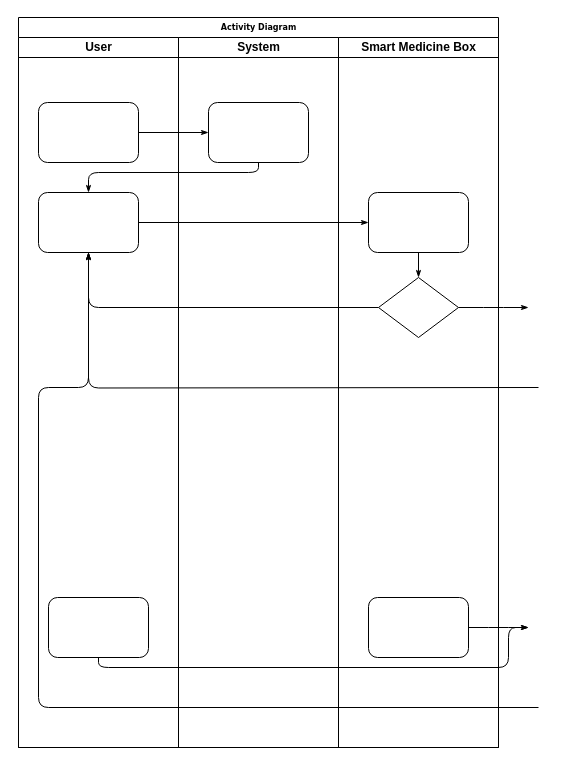
Earlier version of the draw.io diagram Untitled Diagram.drawio (RaihanNh/SISMIK-2023). Source tidied: cells renumbered, new cells numbered last; positions are measured from the earlier drawing's top-left corner, leaving out a move shared by most shapes. Both pictures are drawn from the tidied source at 100%, with x=0, y=0 at pixel (18, 17).
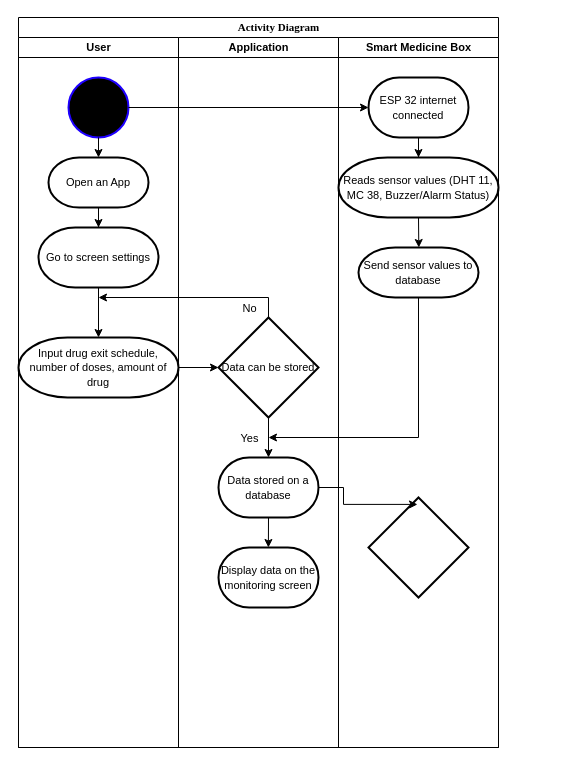
The same page after the edit.

What changed in the source:
```diff
@@
-    <mxCell id="2" value="Activity Diagram" style="swimlane;html=1;startSize=20;rounded=0;shadow=0;labelBackgroundColor=none;strokeWidth=1;fontFamily=Verdana;fontSize=8;align=center;" parent="1" vertex="1">
+    <mxCell id="2" value="&lt;blockquote style=&quot;margin: 0 0 0 40px; border: none; padding: 0px;&quot;&gt;&lt;font style=&quot;font-size: 11px;&quot; face=&quot;times&quot;&gt;Activity Diagram&lt;/font&gt;&lt;/blockquote&gt;" style="swimlane;html=1;startSize=20;rounded=0;shadow=0;labelBackgroundColor=none;strokeWidth=1;fontFamily=Verdana;fontSize=8;align=center;" parent="1" vertex="1">
       <mxGeometry width="480" height="730" as="geometry" />
     </mxCell>
-    <mxCell id="3" value="User" style="swimlane;html=1;startSize=20;" parent="2" vertex="1">
+    <mxCell id="3" value="&lt;font style=&quot;font-size: 11px;&quot;&gt;User&lt;/font&gt;" style="swimlane;html=1;startSize=20;" parent="2" vertex="1">
       <mxGeometry y="20" width="160" height="710" as="geometry" />
     </mxCell>
-    <mxCell id="4" style="rounded=1;whiteSpace=wrap;html=1;shadow=0;labelBackgroundColor=none;strokeWidth=1;fontFamily=Verdana;fontSize=8;align=center;" parent="3" vertex="1">
-      <mxGeometry x="20" y="65" width="100" height="60" as="geometry" />
-    </mxCell>
-    <mxCell id="5" style="rounded=1;whiteSpace=wrap;html=1;shadow=0;labelBackgroundColor=none;strokeWidth=1;fontFamily=Verdana;fontSize=8;align=center;" parent="3" vertex="1">
-      <mxGeometry x="20" y="155" width="100" height="60" as="geometry" />
-    </mxCell>
-    <mxCell id="6" style="rounded=1;whiteSpace=wrap;html=1;shadow=0;labelBackgroundColor=none;strokeWidth=1;fontFamily=Verdana;fontSize=8;align=center;" parent="3" vertex="1">
-      <mxGeometry x="30" y="560" width="100" height="60" as="geometry" />
-    </mxCell>
-    <mxCell id="7" style="edgeStyle=orthogonalEdgeStyle;rounded=1;html=1;labelBackgroundColor=none;startArrow=none;startFill=0;startSize=5;endArrow=classicThin;endFill=1;endSize=5;jettySize=auto;strokeWidth=1;fontFamily=Verdana;fontSize=8;" parent="2" edge="1" source="4" target="17">
-      <mxGeometry relative="1" as="geometry" />
-    </mxCell>
-    <mxCell id="8" style="edgeStyle=orthogonalEdgeStyle;rounded=1;html=1;labelBackgroundColor=none;startArrow=none;startFill=0;startSize=5;endArrow=classicThin;endFill=1;endSize=5;jettySize=auto;strokeWidth=1;fontFamily=Verdana;fontSize=8;" parent="2" edge="1" source="17" target="5">
-      <mxGeometry relative="1" as="geometry">
-        <Array as="points">
-          <mxPoint x="240" y="155" />
-          <mxPoint x="70" y="155" />
-        </Array>
-      </mxGeometry>
-    </mxCell>
-    <mxCell id="9" style="edgeStyle=orthogonalEdgeStyle;rounded=1;html=1;labelBackgroundColor=none;startArrow=none;startFill=0;startSize=5;endArrow=classicThin;endFill=1;endSize=5;jettySize=auto;strokeWidth=1;fontFamily=Verdana;fontSize=8;" parent="2" edge="1" source="5" target="19">
-      <mxGeometry relative="1" as="geometry" />
-    </mxCell>
-    <mxCell id="10" style="edgeStyle=orthogonalEdgeStyle;rounded=1;html=1;labelBackgroundColor=none;startArrow=none;startFill=0;startSize=5;endArrow=classicThin;endFill=1;endSize=5;jettySize=auto;strokeWidth=1;fontFamily=Verdana;fontSize=8;" parent="2" edge="1" source="20" target="5">
-      <mxGeometry relative="1" as="geometry" />
-    </mxCell>
-    <mxCell id="11" style="edgeStyle=orthogonalEdgeStyle;rounded=1;html=1;labelBackgroundColor=none;startArrow=none;startFill=0;startSize=5;endArrow=classicThin;endFill=1;endSize=5;jettySize=auto;strokeWidth=1;fontFamily=Verdana;fontSize=8;" parent="2" edge="1" target="5">
-      <mxGeometry relative="1" as="geometry">
-        <mxPoint x="520" y="370" as="sourcePoint" />
-      </mxGeometry>
-    </mxCell>
-    <mxCell id="12" style="edgeStyle=orthogonalEdgeStyle;rounded=1;html=1;labelBackgroundColor=none;startArrow=none;startFill=0;startSize=5;endArrow=classicThin;endFill=1;endSize=5;jettySize=auto;strokeWidth=1;fontFamily=Verdana;fontSize=8;" parent="2" edge="1" target="5">
-      <mxGeometry relative="1" as="geometry">
-        <mxPoint x="520" y="690" as="sourcePoint" />
-        <Array as="points">
-          <mxPoint x="20" y="690" />
-          <mxPoint x="20" y="370" />
-          <mxPoint x="70" y="370" />
-        </Array>
-      </mxGeometry>
-    </mxCell>
-    <mxCell id="13" style="edgeStyle=orthogonalEdgeStyle;rounded=1;html=1;labelBackgroundColor=none;startArrow=none;startFill=0;startSize=5;endArrow=classicThin;endFill=1;endSize=5;jettySize=auto;strokeWidth=1;fontFamily=Verdana;fontSize=8;" parent="2" edge="1" source="20">
-      <mxGeometry relative="1" as="geometry">
-        <mxPoint x="510" y="290" as="targetPoint" />
-      </mxGeometry>
-    </mxCell>
-    <mxCell id="14" style="edgeStyle=orthogonalEdgeStyle;rounded=1;html=1;labelBackgroundColor=none;startArrow=none;startFill=0;startSize=5;endArrow=classicThin;endFill=1;endSize=5;jettySize=auto;strokeWidth=1;fontFamily=Verdana;fontSize=8;" parent="2" edge="1" source="6">
-      <mxGeometry relative="1" as="geometry">
-        <mxPoint x="510" y="610" as="targetPoint" />
-        <Array as="points">
-          <mxPoint x="80" y="650" />
-          <mxPoint x="490" y="650" />
-          <mxPoint x="490" y="610" />
-        </Array>
-      </mxGeometry>
-    </mxCell>
-    <mxCell id="15" style="edgeStyle=orthogonalEdgeStyle;rounded=1;html=1;labelBackgroundColor=none;startArrow=none;startFill=0;startSize=5;endArrow=classicThin;endFill=1;endSize=5;jettySize=auto;strokeWidth=1;fontFamily=Verdana;fontSize=8;" parent="2" edge="1" source="21">
-      <mxGeometry relative="1" as="geometry">
-        <mxPoint x="510" y="610" as="targetPoint" />
-      </mxGeometry>
-    </mxCell>
+    <mxCell id="23" style="ellipse;whiteSpace=wrap;html=1;fillColor=#000000;strokeColor=#1e00ff;strokeWidth=2;" parent="3" vertex="1">
+      <mxGeometry x="50" y="40" width="60" height="60" as="geometry" />
+    </mxCell>
+    <mxCell id="24" style="edgeStyle=orthogonalEdgeStyle;rounded=0;jettySize=auto;html=1;exitX=0.5;exitY=1;exitDx=0;exitDy=0;" parent="3" edge="1" source="23">
+      <mxGeometry relative="1" as="geometry">
+        <mxPoint x="80" y="120" as="targetPoint" />
+      </mxGeometry>
+    </mxCell>
+    <mxCell id="25" value="&lt;font style=&quot;font-size: 11px;&quot;&gt;Go to screen settings&lt;/font&gt;" style="strokeWidth=2;html=1;shape=mxgraph.flowchart.terminator;whiteSpace=wrap;" parent="3" vertex="1">
+      <mxGeometry x="20" y="190" width="120" height="60" as="geometry" />
+    </mxCell>
+    <mxCell id="26" value="&lt;font style=&quot;font-size: 11px;&quot;&gt;Input drug exit schedule, number of doses, amount of drug&lt;/font&gt;" style="strokeWidth=2;html=1;shape=mxgraph.flowchart.terminator;whiteSpace=wrap;" parent="3" vertex="1">
+      <mxGeometry y="300" width="160" height="60" as="geometry" />
+    </mxCell>
+    <mxCell id="27" style="edgeStyle=orthogonalEdgeStyle;rounded=0;jettySize=auto;html=1;exitX=0.5;exitY=1;exitDx=0;exitDy=0;exitPerimeter=0;" parent="3" edge="1" source="25" target="26">
+      <mxGeometry relative="1" as="geometry" />
+    </mxCell>
+    <mxCell id="28" style="edgeStyle=orthogonalEdgeStyle;rounded=0;jettySize=auto;html=1;exitX=0.5;exitY=0;exitDx=0;exitDy=0;exitPerimeter=0;" parent="3" edge="1" source="31">
+      <mxGeometry relative="1" as="geometry">
+        <mxPoint x="80" y="260" as="targetPoint" />
+        <Array as="points">
+          <mxPoint x="250" y="260" />
+        </Array>
+      </mxGeometry>
+    </mxCell>
+    <mxCell id="29" value="No" style="edgeLabel;html=1;align=center;verticalAlign=middle;rotation=0;" parent="28" vertex="1">
+      <mxGeometry x="-0.78" y="1" relative="1" as="geometry">
+        <mxPoint x="-19" y="9" as="offset" />
+      </mxGeometry>
+    </mxCell>
-    <mxCell id="16" value="System" style="swimlane;html=1;startSize=20;" parent="2" vertex="1">
+    <mxCell id="16" value="&lt;font style=&quot;font-size: 11px;&quot;&gt;Application&lt;/font&gt;" style="swimlane;html=1;startSize=20;" parent="2" vertex="1">
       <mxGeometry x="160" y="20" width="160" height="710" as="geometry" />
     </mxCell>
-    <mxCell id="17" style="rounded=1;whiteSpace=wrap;html=1;shadow=0;labelBackgroundColor=none;strokeWidth=1;fontFamily=Verdana;fontSize=8;align=center;" parent="16" vertex="1">
-      <mxGeometry x="30" y="65" width="100" height="60" as="geometry" />
-    </mxCell>
+    <mxCell id="30" value="&lt;font style=&quot;font-size: 11px;&quot;&gt;Open an App&lt;/font&gt;" style="strokeWidth=2;html=1;shape=mxgraph.flowchart.terminator;whiteSpace=wrap;" parent="16" vertex="1">
+      <mxGeometry x="-130" y="120" width="100" height="50" as="geometry" />
+    </mxCell>
+    <mxCell id="31" value="&lt;font style=&quot;font-size: 11px;&quot;&gt;Data can be stored&lt;/font&gt;" style="strokeWidth=2;html=1;shape=mxgraph.flowchart.decision;whiteSpace=wrap;" parent="16" vertex="1">
+      <mxGeometry x="40" y="280" width="100" height="100" as="geometry" />
+    </mxCell>
+    <mxCell id="32" style="edgeStyle=orthogonalEdgeStyle;rounded=0;jettySize=auto;html=1;exitX=0.5;exitY=1;exitDx=0;exitDy=0;exitPerimeter=0;" parent="16" edge="1" source="33">
+      <mxGeometry relative="1" as="geometry">
+        <mxPoint x="89.9" y="510" as="targetPoint" />
+      </mxGeometry>
+    </mxCell>
+    <mxCell id="33" value="&lt;font style=&quot;font-size: 11px;&quot;&gt;Data stored on a database&lt;/font&gt;" style="strokeWidth=2;html=1;shape=mxgraph.flowchart.terminator;whiteSpace=wrap;" parent="16" vertex="1">
+      <mxGeometry x="40" y="420" width="100" height="60" as="geometry" />
+    </mxCell>
+    <mxCell id="34" style="edgeStyle=orthogonalEdgeStyle;rounded=0;jettySize=auto;html=1;exitX=0.5;exitY=1;exitDx=0;exitDy=0;exitPerimeter=0;" parent="16" edge="1" source="31" target="33">
+      <mxGeometry relative="1" as="geometry" />
+    </mxCell>
+    <mxCell id="35" value="Yes" style="edgeLabel;html=1;align=center;verticalAlign=middle;" parent="34" vertex="1">
+      <mxGeometry x="0.15" relative="1" as="geometry">
+        <mxPoint x="-20" y="-3" as="offset" />
+      </mxGeometry>
+    </mxCell>
+    <mxCell id="36" style="edgeStyle=orthogonalEdgeStyle;rounded=0;jettySize=auto;html=1;entryX=1;entryY=0.5;entryDx=0;entryDy=0;entryPerimeter=0;exitX=0.5;exitY=1;exitDx=0;exitDy=0;exitPerimeter=0;" parent="16" edge="1" source="42">
+      <mxGeometry relative="1" as="geometry">
+        <mxPoint x="90" y="400" as="targetPoint" />
+        <Array as="points">
+          <mxPoint x="240" y="400" />
+        </Array>
+      </mxGeometry>
+    </mxCell>
+    <mxCell id="37" value="&lt;font style=&quot;font-size: 11px;&quot;&gt;Display data on the monitoring screen&lt;/font&gt;" style="strokeWidth=2;html=1;shape=mxgraph.flowchart.terminator;whiteSpace=wrap;" parent="16" vertex="1">
+      <mxGeometry x="40" y="510" width="100" height="60" as="geometry" />
+    </mxCell>
-    <mxCell id="18" value="Smart Medicine Box" style="swimlane;html=1;startSize=20;" parent="2" vertex="1">
+    <mxCell id="18" value="&lt;font style=&quot;font-size: 11px;&quot;&gt;Smart Medicine Box&lt;/font&gt;" style="swimlane;html=1;startSize=20;" parent="2" vertex="1">
       <mxGeometry x="320" y="20" width="160" height="710" as="geometry" />
     </mxCell>
-    <mxCell id="19" style="rounded=1;whiteSpace=wrap;html=1;shadow=0;labelBackgroundColor=none;strokeWidth=1;fontFamily=Verdana;fontSize=8;align=center;" parent="18" vertex="1">
-      <mxGeometry x="30" y="155" width="100" height="60" as="geometry" />
-    </mxCell>
-    <mxCell id="20" style="rhombus;whiteSpace=wrap;html=1;rounded=0;shadow=0;labelBackgroundColor=none;strokeWidth=1;fontFamily=Verdana;fontSize=8;align=center;" parent="18" vertex="1">
-      <mxGeometry x="40" y="240" width="80" height="60" as="geometry" />
-    </mxCell>
-    <mxCell id="21" style="rounded=1;whiteSpace=wrap;html=1;shadow=0;labelBackgroundColor=none;strokeWidth=1;fontFamily=Verdana;fontSize=8;align=center;" parent="18" vertex="1">
-      <mxGeometry x="30" y="560" width="100" height="60" as="geometry" />
-    </mxCell>
-    <mxCell id="22" style="edgeStyle=orthogonalEdgeStyle;rounded=1;html=1;labelBackgroundColor=none;startArrow=none;startFill=0;startSize=5;endArrow=classicThin;endFill=1;endSize=5;jettySize=auto;strokeWidth=1;fontFamily=Verdana;fontSize=8;" parent="18" edge="1" source="19" target="20">
-      <mxGeometry relative="1" as="geometry" />
-    </mxCell>
+    <mxCell id="38" value="&lt;font style=&quot;font-size: 11px;&quot;&gt;ESP 32 internet connected&lt;/font&gt;" style="strokeWidth=2;html=1;shape=mxgraph.flowchart.terminator;whiteSpace=wrap;" parent="18" vertex="1">
+      <mxGeometry x="30" y="40" width="100" height="60" as="geometry" />
+    </mxCell>
+    <mxCell id="39" style="edgeStyle=orthogonalEdgeStyle;rounded=0;jettySize=auto;html=1;exitX=0.5;exitY=1;exitDx=0;exitDy=0;exitPerimeter=0;" parent="18" edge="1" source="40">
+      <mxGeometry relative="1" as="geometry">
+        <mxPoint x="80.3" y="210" as="targetPoint" />
+      </mxGeometry>
+    </mxCell>
+    <mxCell id="40" value="&lt;font style=&quot;font-size: 11px;&quot;&gt;Reads sensor values (DHT 11, MC 38, Buzzer/Alarm Status)&lt;/font&gt;" style="strokeWidth=2;html=1;shape=mxgraph.flowchart.terminator;whiteSpace=wrap;" parent="18" vertex="1">
+      <mxGeometry y="120" width="160" height="60" as="geometry" />
+    </mxCell>
+    <mxCell id="41" style="edgeStyle=orthogonalEdgeStyle;rounded=0;jettySize=auto;html=1;exitX=0.5;exitY=1;exitDx=0;exitDy=0;exitPerimeter=0;" parent="18" edge="1" source="38" target="40">
+      <mxGeometry relative="1" as="geometry" />
+    </mxCell>
+    <mxCell id="42" value="&lt;font style=&quot;font-size: 11px;&quot;&gt;Send sensor values to database&lt;/font&gt;" style="strokeWidth=2;html=1;shape=mxgraph.flowchart.terminator;whiteSpace=wrap;" parent="18" vertex="1">
+      <mxGeometry x="20" y="210" width="120" height="50" as="geometry" />
+    </mxCell>
+    <mxCell id="43" style="strokeWidth=2;html=1;shape=mxgraph.flowchart.decision;whiteSpace=wrap;" parent="18" vertex="1">
+      <mxGeometry x="30" y="460" width="100" height="100" as="geometry" />
+    </mxCell>
+    <mxCell id="44" style="edgeStyle=orthogonalEdgeStyle;rounded=0;jettySize=auto;html=1;exitX=0.5;exitY=1;exitDx=0;exitDy=0;exitPerimeter=0;" parent="2" edge="1" source="30" target="25">
+      <mxGeometry relative="1" as="geometry" />
+    </mxCell>
+    <mxCell id="45" style="edgeStyle=orthogonalEdgeStyle;rounded=0;jettySize=auto;html=1;exitX=1;exitY=0.5;exitDx=0;exitDy=0;exitPerimeter=0;" parent="2" edge="1" source="26" target="31">
+      <mxGeometry relative="1" as="geometry" />
+    </mxCell>
+    <mxCell id="46" style="edgeStyle=orthogonalEdgeStyle;rounded=0;jettySize=auto;html=1;exitX=1;exitY=0.5;exitDx=0;exitDy=0;entryX=0;entryY=0.5;entryDx=0;entryDy=0;entryPerimeter=0;" parent="2" edge="1" source="23" target="38">
+      <mxGeometry relative="1" as="geometry" />
+    </mxCell>
+    <mxCell id="47" style="edgeStyle=orthogonalEdgeStyle;rounded=0;jettySize=auto;html=1;exitX=1;exitY=0.5;exitDx=0;exitDy=0;exitPerimeter=0;entryX=0.49;entryY=0.069;entryDx=0;entryDy=0;entryPerimeter=0;" parent="2" edge="1" source="33" target="43">
+      <mxGeometry relative="1" as="geometry" />
+    </mxCell>
```
